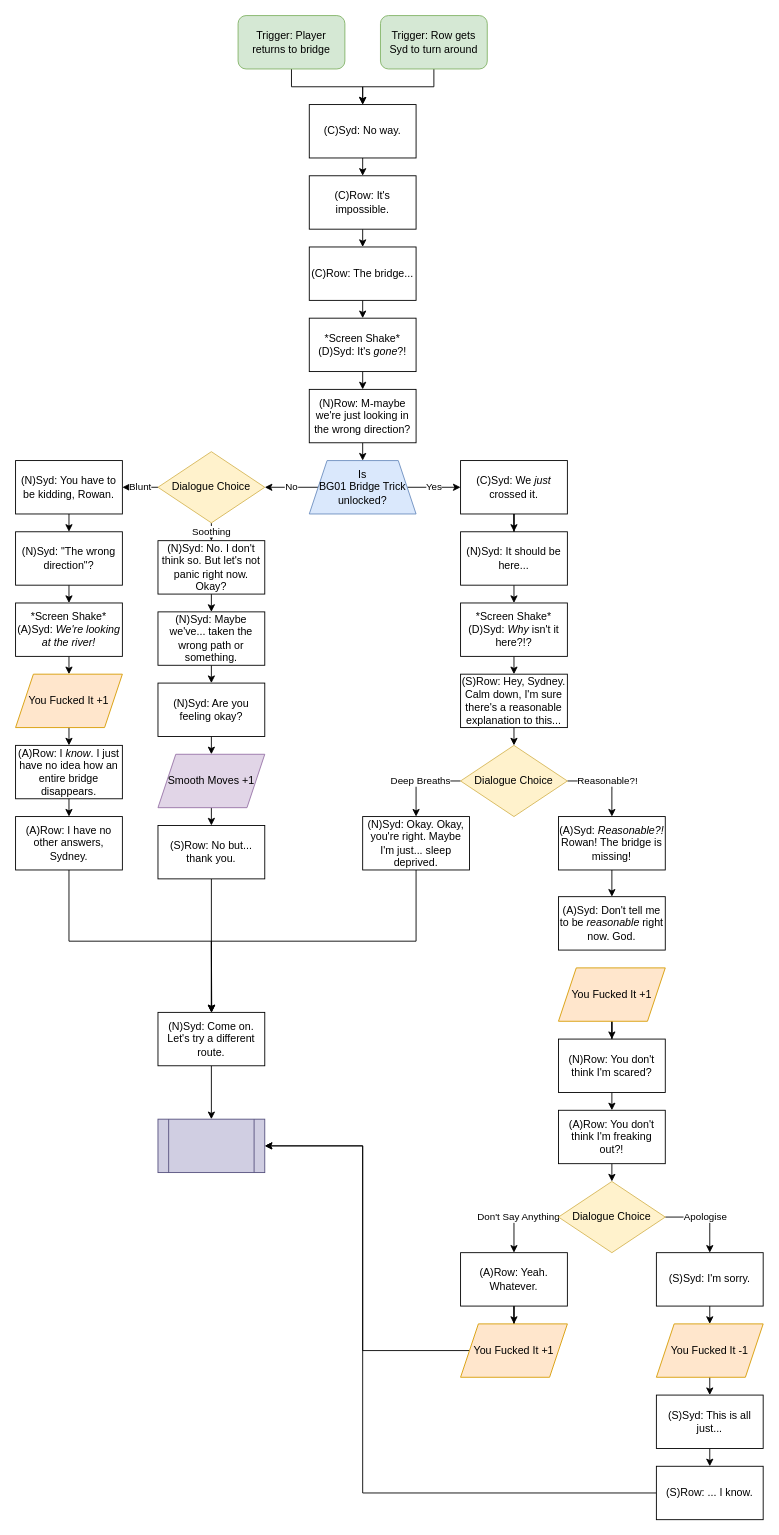
Above: DrawIO-Dialogue/BG01 Bridge Disappearance Scene.drawio in StaticSapphic/adventure-jam-2022 (draw.io), before the change. Source tidied: cells renumbered, new cells numbered last; positions are measured from the earlier drawing's top-left corner, leaving out a move shared by most shapes. Both pictures are drawn from the tidied source at 89%, with x=0, y=0 at pixel (15, 15).
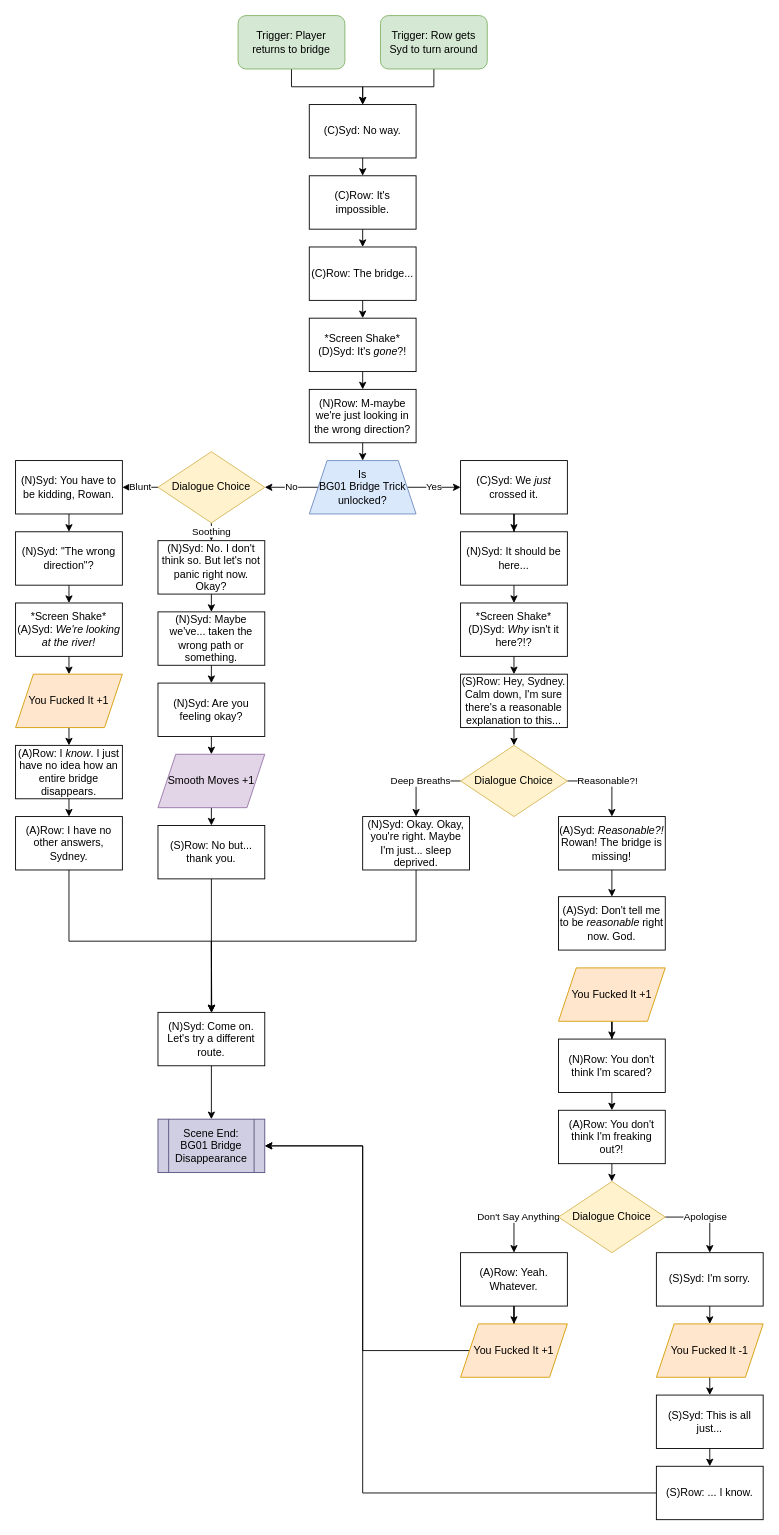
The same page after the edit.

Diff of the diagram source:
```diff
@@
-    <mxCell id="83" style="shape=process;whiteSpace=wrap;html=1;backgroundOutline=1;fillColor=#d0cee2;strokeColor=#56517e;" parent="1" vertex="1">
+    <mxCell id="83" value="&lt;div&gt;Scene End:&lt;/div&gt;&lt;div&gt;BG01 Bridge Disappearance&lt;/div&gt;" style="shape=process;whiteSpace=wrap;html=1;backgroundOutline=1;fillColor=#d0cee2;strokeColor=#56517e;" parent="1" vertex="1">
       <mxGeometry x="160" y="1240" width="120" height="60" as="geometry" />
     </mxCell>
```
